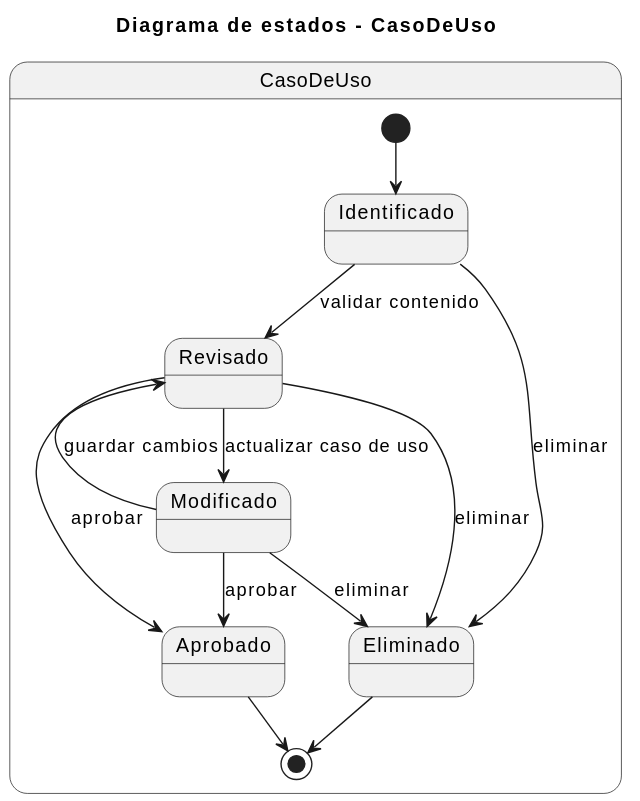
The PlantUML diagram Estudiantes/david-garcia-costa/Capitulo_2/MdD/DiagramasEstado/CasoUso/CasoUso.svg in pablopeerezm/GII-TFG-2026, before a commit.
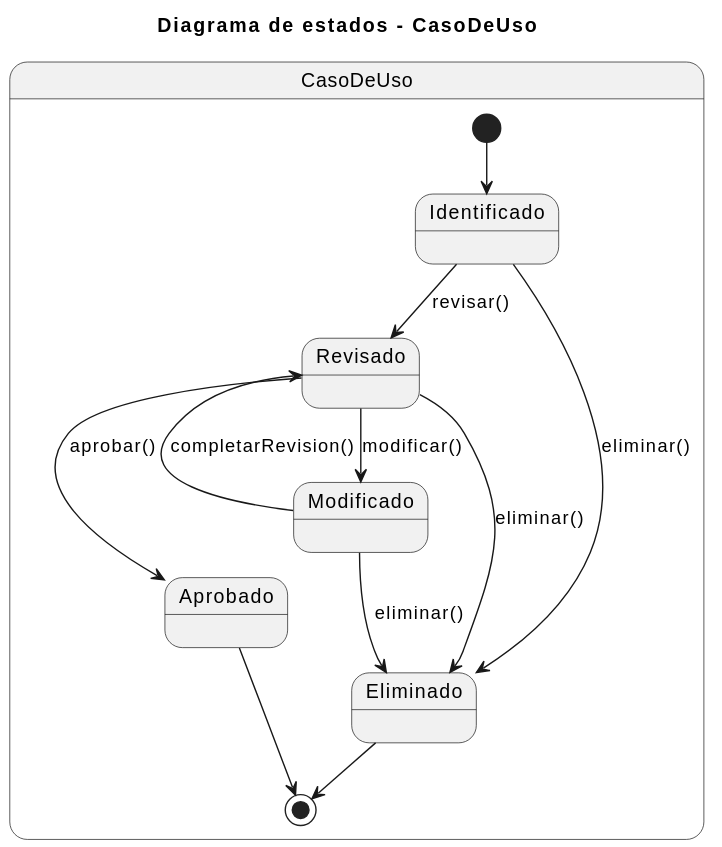
The same file after the commit.

Change to the diagram source:
```diff
@@ -2,21 +2,15 @@
 title Diagrama de estados - CasoDeUso
 
 state "CasoDeUso" as CasoDeUso {
-
-  [*] --> Identificado
-
-  Identificado --> Revisado : validar contenido
-  Revisado --> Modificado : actualizar caso de uso
-  Modificado --> Revisado : guardar cambios
-  Revisado --> Aprobado : aprobar
-  Modificado --> Aprobado : aprobar
-
-  Identificado --> Eliminado : eliminar
-  Revisado --> Eliminado : eliminar
-  Modificado --> Eliminado : eliminar
-
-  Aprobado --> [*]
-  Eliminado --> [*]
-
+[*] --> Identificado
+Identificado --> Revisado : revisar()
+Revisado --> Modificado : modificar()
+Modificado --> Revisado : completarRevision()
+Revisado --> Aprobado : aprobar()
+Identificado --> Eliminado : eliminar()
+Revisado --> Eliminado : eliminar()
+Modificado --> Eliminado : eliminar()
+Aprobado --> [*]
+Eliminado --> [*]
 }
 @enduml
```
